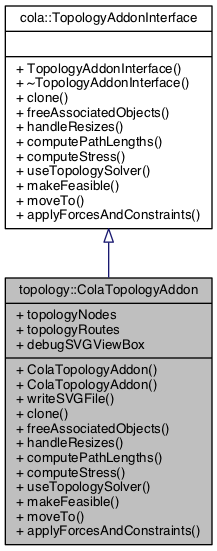
Before: documentation/classtopology_1_1ColaTopologyAddon__inherit__graph.png, a diagram exported from Graphviz (mjwybrow/adaptagrams). Its source is kept beside it as documentation/classtopology_1_1ColaTopologyAddon__inherit__graph.dot.
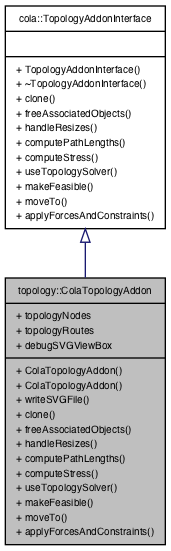
After the change.

Change to the diagram source:
```diff
@@ -2,7 +2,7 @@
 {
   edge [fontname="Helvetica",fontsize="10",labelfontname="Helvetica",labelfontsize="10"];
   node [fontname="Helvetica",fontsize="10",shape=record];
-  Node1 [label="{topology::ColaTopologyAddon\n|+ topologyNodes\l+ topologyRoutes\l+ debugSVGViewBox\l|+ ColaTopologyAddon()\l+ ColaTopologyAddon()\l+ writeSVGFile()\l+ clone()\l+ freeAssociatedObjects()\l+ handleResizes()\l+ computePathLengths()\l+ computeStress()\l+ useTopologySolver()\l+ makeFeasible()\l+ moveTo()\l+ applyForcesAndConstraints()\l}",height=0.2,width=0.4,color="black", fillcolor="grey75", style="filled", fontcolor="black"];
-  Node2 -> Node1 [dir="back",color="midnightblue",fontsize="10",style="solid",arrowtail="onormal",fontname="Helvetica"];
-  Node2 [label="{cola::TopologyAddonInterface\n||+ TopologyAddonInterface()\l+ ~TopologyAddonInterface()\l+ clone()\l+ freeAssociatedObjects()\l+ handleResizes()\l+ computePathLengths()\l+ computeStress()\l+ useTopologySolver()\l+ makeFeasible()\l+ moveTo()\l+ applyForcesAndConstraints()\l}",height=0.2,width=0.4,color="black", fillcolor="white", style="filled",URL="$classcola_1_1TopologyAddonInterface.html",tooltip="Interface for writing COLA addons to handle topology preserving layout. "];
+  Node0 [label="{topology::ColaTopologyAddon\n|+ topologyNodes\l+ topologyRoutes\l+ debugSVGViewBox\l|+ ColaTopologyAddon()\l+ ColaTopologyAddon()\l+ writeSVGFile()\l+ clone()\l+ freeAssociatedObjects()\l+ handleResizes()\l+ computePathLengths()\l+ computeStress()\l+ useTopologySolver()\l+ makeFeasible()\l+ moveTo()\l+ applyForcesAndConstraints()\l}",height=0.2,width=0.4,color="black", fillcolor="grey75", style="filled", fontcolor="black"];
+  Node1 -> Node0 [dir="back",color="midnightblue",fontsize="10",style="solid",arrowtail="onormal",fontname="Helvetica"];
+  Node1 [label="{cola::TopologyAddonInterface\n||+ TopologyAddonInterface()\l+ ~TopologyAddonInterface()\l+ clone()\l+ freeAssociatedObjects()\l+ handleResizes()\l+ computePathLengths()\l+ computeStress()\l+ useTopologySolver()\l+ makeFeasible()\l+ moveTo()\l+ applyForcesAndConstraints()\l}",height=0.2,width=0.4,color="black", fillcolor="white", style="filled",URL="$classcola_1_1TopologyAddonInterface.html",tooltip="Interface for writing COLA addons to handle topology preserving layout. "];
 }
```
